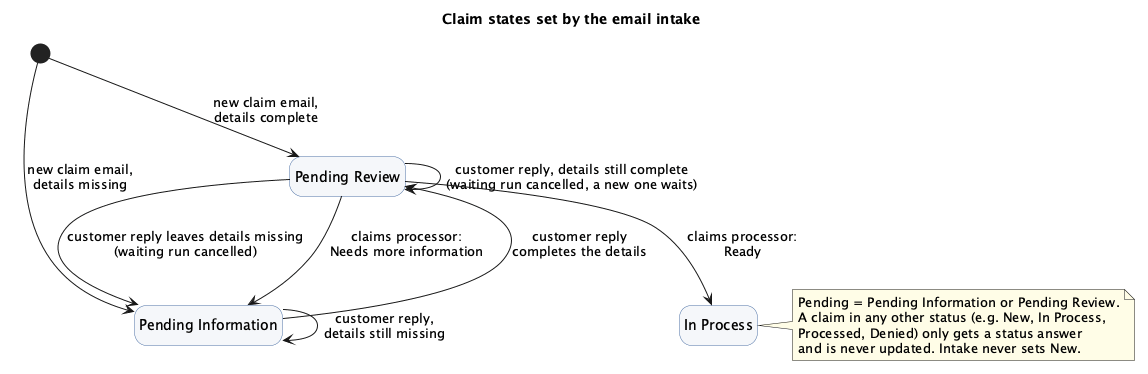
Above: docs/design/claim-intake-states.png in edeandrea/non-deterministic-no-problem (PlantUML), before the change.
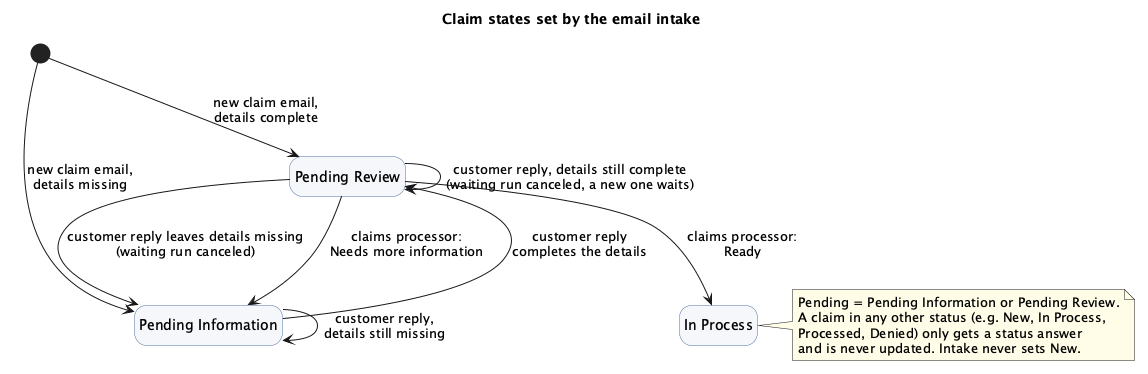
The same diagram one commit later.

The edit, as a diff of the source:
```diff
@@ -17,8 +17,8 @@
 PI --> PI : customer reply,\ndetails still missing
 PI --> PR : customer reply\ncompletes the details
 
-PR --> PR : customer reply, details still complete\n(waiting run cancelled, a new one waits)
-PR --> PI : customer reply leaves details missing\n(waiting run cancelled)
+PR --> PR : customer reply, details still complete\n(waiting run canceled, a new one waits)
+PR --> PI : customer reply leaves details missing\n(waiting run canceled)
 PR --> PI : claims processor:\nNeeds more information
 PR --> IP : claims processor:\nReady
 
```
